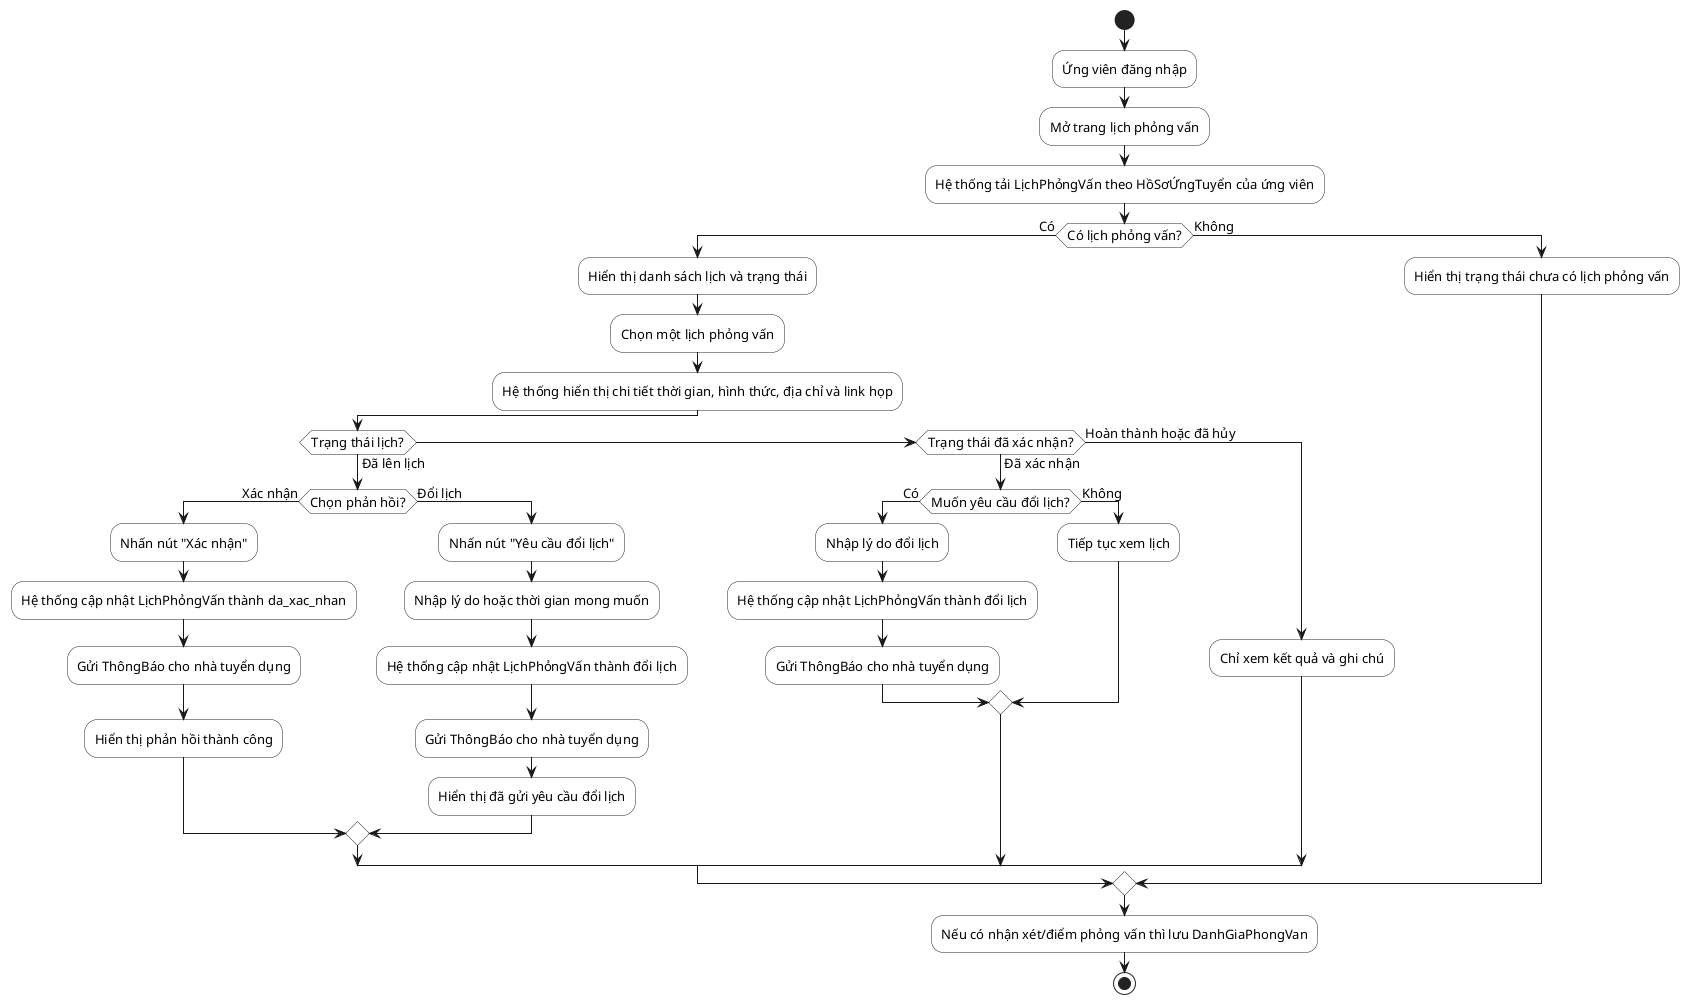
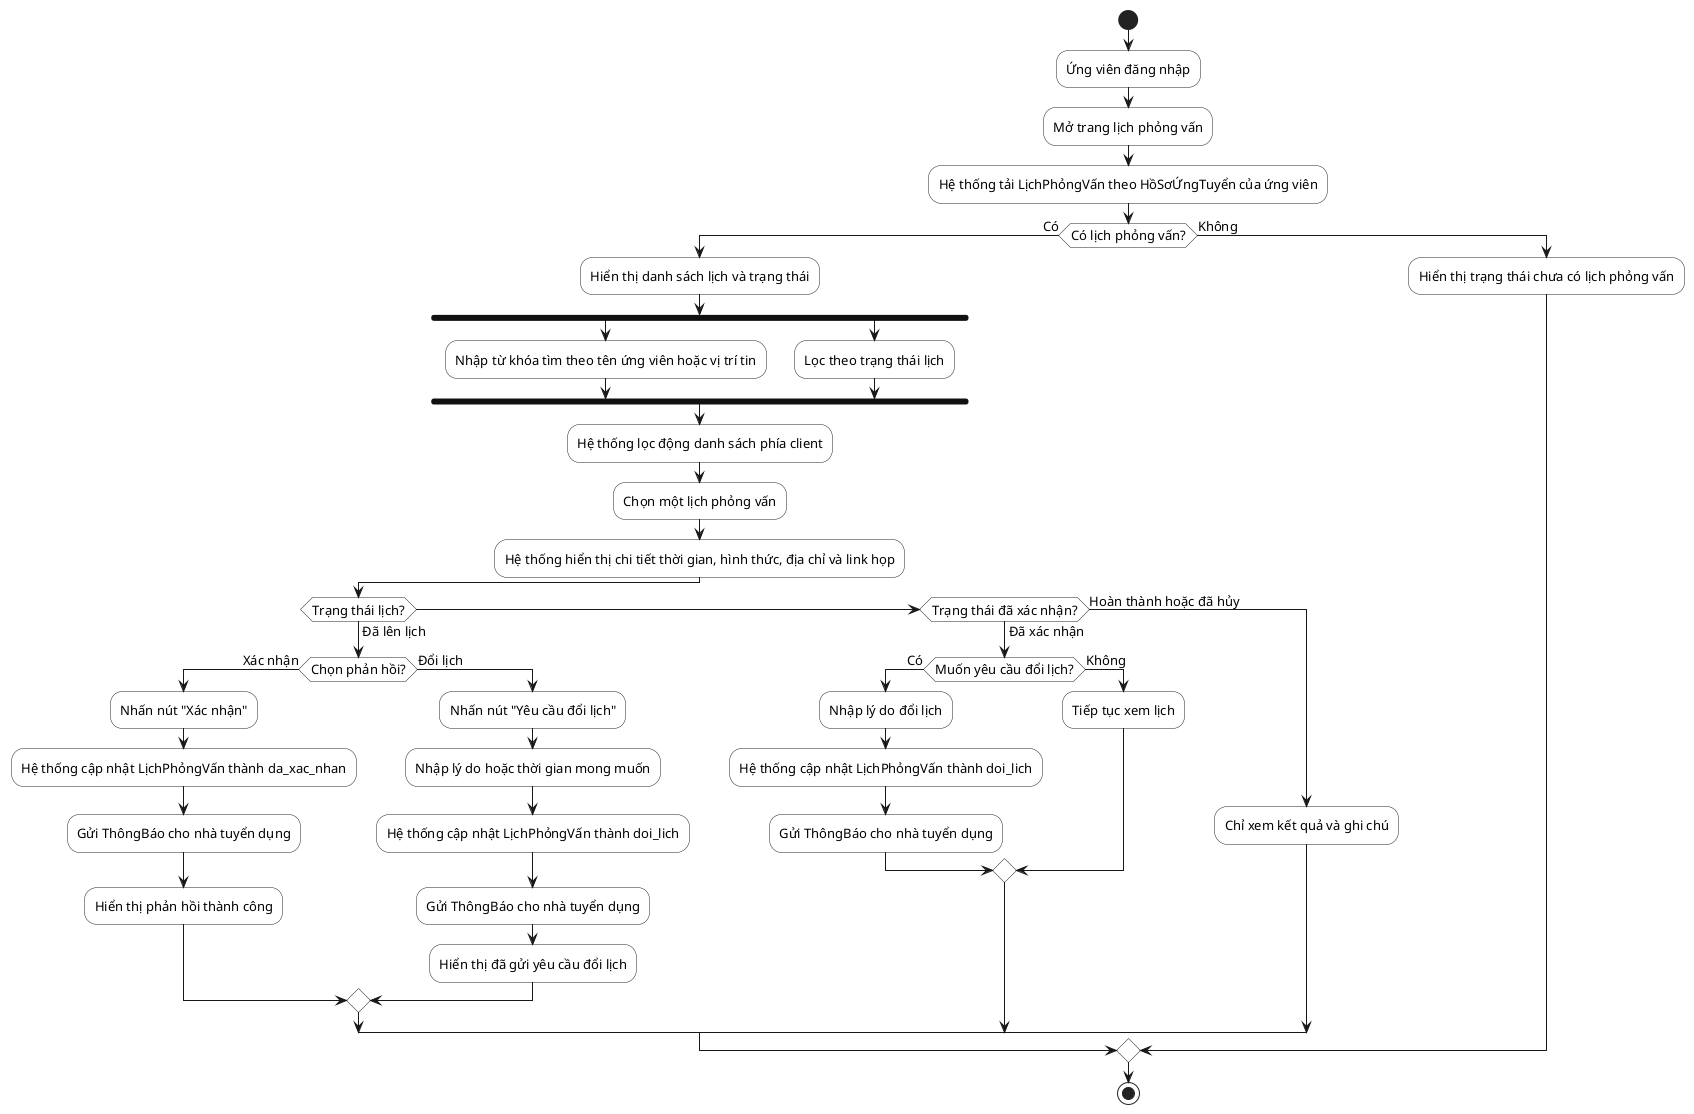
@startuml
skinparam defaultFontName "Segoe UI"
skinparam defaultFontSize 13
skinparam shadowing false
skinparam linetype ortho
skinparam activity {
  BackgroundColor White
  BorderColor #222222
  DiamondBackgroundColor White
  DiamondBorderColor #222222
  BarColor #111111
}
start
:Ứng viên đăng nhập;
:Mở trang lịch phỏng vấn;
:Hệ thống tải LịchPhỏngVấn theo HồSơỨngTuyển của ứng viên;
if (Có lịch phỏng vấn?) then (Có)
  :Hiển thị danh sách lịch và trạng thái;
+   fork
+     :Nhập từ khóa tìm theo tên ứng viên hoặc vị trí tin;
+   fork again
+     :Lọc theo trạng thái lịch;
+   end fork
+   :Hệ thống lọc động danh sách phía client;
  :Chọn một lịch phỏng vấn;
  :Hệ thống hiển thị chi tiết thời gian, hình thức, địa chỉ và link họp;
  if (Trạng thái lịch?) then (Đã lên lịch)
    if (Chọn phản hồi?) then (Xác nhận)
      :Nhấn nút "Xác nhận";
      :Hệ thống cập nhật LịchPhỏngVấn thành da_xac_nhan;
      :Gửi ThôngBáo cho nhà tuyển dụng;
      :Hiển thị phản hồi thành công;
    else (Đổi lịch)
      :Nhấn nút "Yêu cầu đổi lịch";
      :Nhập lý do hoặc thời gian mong muốn;
-       :Hệ thống cập nhật LịchPhỏngVấn thành đổi lịch;
+       :Hệ thống cập nhật LịchPhỏngVấn thành doi_lich;
      :Gửi ThôngBáo cho nhà tuyển dụng;
      :Hiển thị đã gửi yêu cầu đổi lịch;
    endif
  elseif (Trạng thái đã xác nhận?) then (Đã xác nhận)
    if (Muốn yêu cầu đổi lịch?) then (Có)
      :Nhập lý do đổi lịch;
-       :Hệ thống cập nhật LịchPhỏngVấn thành đổi lịch;
+       :Hệ thống cập nhật LịchPhỏngVấn thành doi_lich;
      :Gửi ThôngBáo cho nhà tuyển dụng;
    else (Không)
      :Tiếp tục xem lịch;
    endif
  else (Hoàn thành hoặc đã hủy)
    :Chỉ xem kết quả và ghi chú;
  endif
else (Không)
  :Hiển thị trạng thái chưa có lịch phỏng vấn;
endif
- :Nếu có nhận xét/điểm phỏng vấn thì lưu DanhGiaPhongVan;
stop
@enduml
